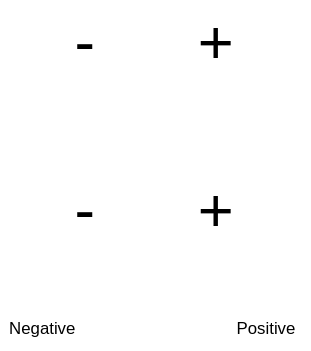
Before: docs/img/parallel.svg, a diagram exported from draw.io (BearMetalWeb/BearMetalWeb.github.io). Source tidied: cells renumbered, new cells last; positions are measured from the earlier drawing's top-left corner, leaving out a move shared by most shapes.
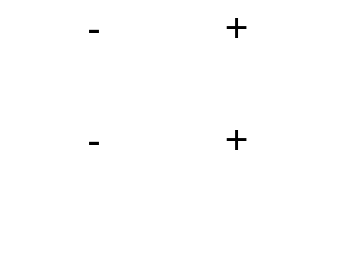
Later version of the same file.

The edit, as a diff of the source:
```diff
@@ -2,51 +2,63 @@
   <root>
     <mxCell id="0" />
     <mxCell id="1" parent="0" />
-    <mxCell id="2" value="&lt;font style=&quot;font-size: 44px;&quot;&gt;-&amp;nbsp; &amp;nbsp; &amp;nbsp; +&lt;/font&gt;" style="rounded=0;whiteSpace=wrap;html=1;strokeColor=#FFFFFF;" parent="1" vertex="1">
-      <mxGeometry x="50" width="120" height="60" as="geometry" />
-    </mxCell>
-    <mxCell id="3" value="&lt;font style=&quot;font-size: 44px;&quot;&gt;-&amp;nbsp; &amp;nbsp; &amp;nbsp; +&lt;/font&gt;" style="rounded=0;whiteSpace=wrap;html=1;strokeColor=#FFFFFF;" parent="1" vertex="1">
-      <mxGeometry x="50" y="120" width="120" height="60" as="geometry" />
-    </mxCell>
-    <mxCell id="4" style="endArrow=none;html=1;rounded=0;entryX=0;entryY=0.5;entryDx=0;entryDy=0;strokeColor=#FFFFFF;" parent="1" edge="1" target="2">
-      <mxGeometry relative="1" as="geometry">
-        <mxPoint x="30" y="30" as="sourcePoint" />
-      </mxGeometry>
-    </mxCell>
-    <mxCell id="5" style="endArrow=none;html=1;rounded=0;strokeColor=#FFFFFF;" parent="1" edge="1">
-      <mxGeometry relative="1" as="geometry">
-        <mxPoint x="30" y="220" as="sourcePoint" />
-        <mxPoint x="30" y="30" as="targetPoint" />
-      </mxGeometry>
-    </mxCell>
-    <mxCell id="6" style="endArrow=none;html=1;rounded=0;exitX=0;exitY=0.5;exitDx=0;exitDy=0;strokeColor=#FFFFFF;" parent="1" edge="1" source="3">
-      <mxGeometry relative="1" as="geometry">
-        <mxPoint x="30" y="150" as="targetPoint" />
-      </mxGeometry>
-    </mxCell>
-    <mxCell id="7" style="endArrow=none;html=1;rounded=0;entryX=0;entryY=0.5;entryDx=0;entryDy=0;strokeColor=#FFFFFF;" parent="1" edge="1">
-      <mxGeometry relative="1" as="geometry">
-        <mxPoint x="170" y="30" as="sourcePoint" />
-        <mxPoint x="190" y="30" as="targetPoint" />
-      </mxGeometry>
-    </mxCell>
-    <mxCell id="8" style="endArrow=none;html=1;rounded=0;strokeColor=#FFFFFF;" parent="1" edge="1">
-      <mxGeometry relative="1" as="geometry">
-        <mxPoint x="190" y="220" as="sourcePoint" />
-        <mxPoint x="190" y="30" as="targetPoint" />
-      </mxGeometry>
-    </mxCell>
-    <mxCell id="9" style="endArrow=none;html=1;rounded=0;exitX=0;exitY=0.5;exitDx=0;exitDy=0;strokeColor=#FFFFFF;" parent="1" edge="1">
-      <mxGeometry relative="1" as="geometry">
-        <mxPoint x="190" y="150" as="sourcePoint" />
-        <mxPoint x="170" y="150" as="targetPoint" />
-      </mxGeometry>
-    </mxCell>
+    <mxCell id="12" value="&lt;font style=&quot;font-size: 29px;&quot;&gt;-&amp;nbsp; &amp;nbsp; &amp;nbsp; &amp;nbsp; &amp;nbsp; &amp;nbsp;+&lt;/font&gt;" style="rounded=0;whiteSpace=wrap;html=1;strokeColor=#FFFFFF;" parent="1" vertex="1">
+      <mxGeometry x="30" y="150" width="120" height="40" as="geometry" />
+    </mxCell>
+    <mxCell id="13" value="&lt;span style=&quot;font-size: 29px;&quot;&gt;-&amp;nbsp; &amp;nbsp; &amp;nbsp; &amp;nbsp; &amp;nbsp; &amp;nbsp;+&lt;/span&gt;" style="rounded=0;whiteSpace=wrap;html=1;strokeColor=#FFFFFF;" parent="1" vertex="1">
+      <mxGeometry x="30" y="70" width="120" height="40" as="geometry" />
+    </mxCell>
+    <mxCell id="14" style="endArrow=none;html=1;rounded=0;exitX=0;exitY=0.5;exitDx=0;exitDy=0;strokeColor=#FFFFFF;" parent="1" edge="1" source="12">
+      <mxGeometry relative="1" as="geometry">
+        <mxPoint y="170" as="targetPoint" />
+      </mxGeometry>
+    </mxCell>
+    <mxCell id="15" style="endArrow=none;html=1;rounded=0;strokeColor=#FFFFFF;" parent="1" edge="1">
+      <mxGeometry relative="1" as="geometry">
+        <mxPoint y="170" as="sourcePoint" />
+        <mxPoint y="90" as="targetPoint" />
+      </mxGeometry>
+    </mxCell>
+    <mxCell id="16" style="endArrow=none;html=1;rounded=0;exitX=0;exitY=0.5;exitDx=0;exitDy=0;strokeColor=#FFFFFF;" parent="1" edge="1" source="13">
+      <mxGeometry relative="1" as="geometry">
+        <mxPoint y="90" as="targetPoint" />
+      </mxGeometry>
+    </mxCell>
+    <mxCell id="17" style="endArrow=none;html=1;rounded=0;exitX=0;exitY=0.5;exitDx=0;exitDy=0;strokeColor=#FFFFFF;" parent="1" edge="1">
+      <mxGeometry relative="1" as="geometry">
+        <mxPoint x="180" y="170" as="sourcePoint" />
+        <mxPoint x="150" y="170" as="targetPoint" />
+      </mxGeometry>
+    </mxCell>
+    <mxCell id="18" style="endArrow=none;html=1;rounded=0;strokeColor=#FFFFFF;" parent="1" edge="1">
+      <mxGeometry relative="1" as="geometry">
+        <mxPoint x="180" y="170" as="sourcePoint" />
+        <mxPoint x="180" y="90" as="targetPoint" />
+      </mxGeometry>
+    </mxCell>
+    <mxCell id="19" style="endArrow=none;html=1;rounded=0;exitX=0;exitY=0.5;exitDx=0;exitDy=0;strokeColor=#FFFFFF;" parent="1" edge="1">
+      <mxGeometry relative="1" as="geometry">
+        <mxPoint x="180" y="90" as="sourcePoint" />
+        <mxPoint x="150" y="90" as="targetPoint" />
+      </mxGeometry>
+    </mxCell>
+    <mxCell id="20" style="endArrow=none;html=1;rounded=0;strokeColor=#FFFFFF;" parent="1" edge="1">
+      <mxGeometry relative="1" as="geometry">
+        <mxPoint y="170" as="sourcePoint" />
+        <mxPoint y="230" as="targetPoint" />
+      </mxGeometry>
+    </mxCell>
+    <mxCell id="21" style="endArrow=none;html=1;rounded=0;strokeColor=#FFFFFF;" parent="1" edge="1">
+      <mxGeometry relative="1" as="geometry">
+        <mxPoint x="180" y="170" as="sourcePoint" />
+        <mxPoint x="180" y="230" as="targetPoint" />
+      </mxGeometry>
+    </mxCell>
+    <mxCell id="11" value="&lt;font color=&quot;#ffffff&quot;&gt;Negative&lt;/font&gt;" style="text;html=1;align=center;verticalAlign=middle;whiteSpace=wrap;rounded=0;strokeColor=#FFFFFF;" parent="1" vertex="1">
+      <mxGeometry x="-30" y="230" width="60" height="30" as="geometry" />
+    </mxCell>
-    <mxCell id="10" value="Positive" style="text;html=1;strokeColor=#FFFFFF;fillColor=none;align=center;verticalAlign=middle;whiteSpace=wrap;rounded=0;" parent="1" vertex="1">
-      <mxGeometry x="160" y="220" width="60" height="30" as="geometry" />
+    <mxCell id="10" value="&lt;font color=&quot;#ffffff&quot;&gt;Positive&lt;/font&gt;" style="text;html=1;align=center;verticalAlign=middle;whiteSpace=wrap;rounded=0;strokeColor=#FFFFFF;" parent="1" vertex="1">
+      <mxGeometry x="150" y="230" width="60" height="30" as="geometry" />
     </mxCell>
-    <mxCell id="11" value="Negative" style="text;html=1;strokeColor=#FFFFFF;fillColor=none;align=center;verticalAlign=middle;whiteSpace=wrap;rounded=0;" parent="1" vertex="1">
-      <mxGeometry y="220" width="60" height="30" as="geometry" />
-    </mxCell>
   </root>
 </mxGraphModel>
```
